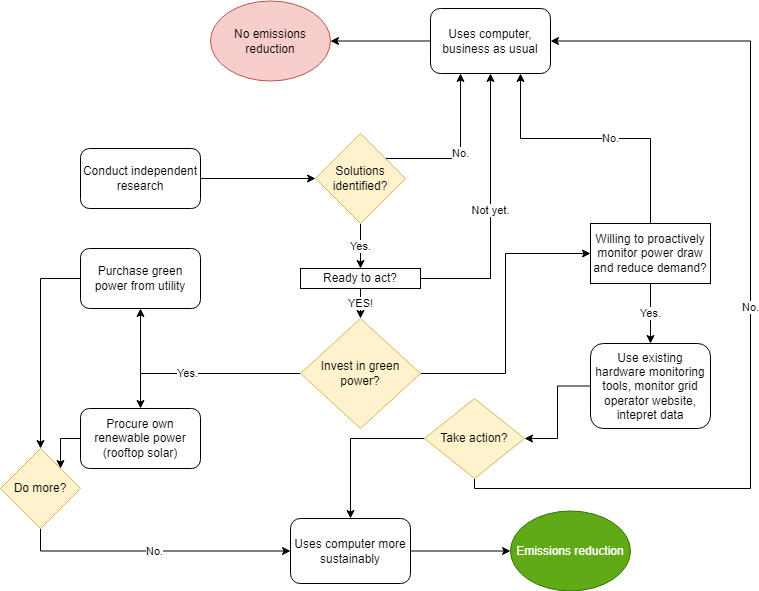
Above: images/current-process-flow-breakout-1.drawio.png in MisMoGenie/2022-Fall-Team_Crystal (draw.io), before the change. Source tidied: cells renumbered, new cells last; positions are measured from the earlier drawing's top-left corner, leaving out a move shared by most shapes. The source it was exported from:
```xml
<mxGraphModel>
  <root>
    <mxCell id="0" />
    <mxCell id="1" parent="0" />
    <mxCell id="2" style="edgeStyle=orthogonalEdgeStyle;rounded=0;jettySize=auto;html=1;entryX=1;entryY=0.5;entryDx=0;entryDy=0;" parent="1" edge="1" source="3" target="5">
      <mxGeometry relative="1" as="geometry" />
    </mxCell>
    <mxCell id="3" value="Uses computer, business as usual" style="rounded=1;whiteSpace=wrap;html=1;fontSize=12;glass=0;strokeWidth=1;shadow=0;" parent="1" vertex="1">
      <mxGeometry x="430" y="8" width="120" height="65" as="geometry" />
    </mxCell>
    <mxCell id="4" value="Conduct independent research" style="rounded=1;whiteSpace=wrap;html=1;fontSize=12;glass=0;strokeWidth=1;shadow=0;" parent="1" vertex="1">
      <mxGeometry x="80" y="148" width="120" height="60" as="geometry" />
    </mxCell>
    <mxCell id="5" value="No emissions reduction" style="ellipse;whiteSpace=wrap;html=1;fillColor=#f8cecc;strokeColor=#b85450;" parent="1" vertex="1">
      <mxGeometry x="210" y="0.5" width="120" height="80" as="geometry" />
    </mxCell>
    <mxCell id="6" style="edgeStyle=orthogonalEdgeStyle;rounded=0;jettySize=auto;html=1;exitX=1;exitY=0.5;exitDx=0;exitDy=0;" parent="1" edge="1" source="4" target="9">
      <mxGeometry relative="1" as="geometry" />
    </mxCell>
    <mxCell id="7" value="No." style="edgeStyle=orthogonalEdgeStyle;rounded=0;jettySize=auto;html=1;entryX=0.25;entryY=1;entryDx=0;entryDy=0;" parent="1" edge="1" source="9" target="3">
      <mxGeometry relative="1" as="geometry">
        <Array as="points">
          <mxPoint x="460" y="158" />
        </Array>
      </mxGeometry>
    </mxCell>
    <mxCell id="8" value="Yes." style="edgeStyle=orthogonalEdgeStyle;rounded=0;jettySize=auto;html=1;exitX=0.5;exitY=1;exitDx=0;exitDy=0;entryX=0.5;entryY=0;entryDx=0;entryDy=0;" parent="1" edge="1" source="9" target="23">
      <mxGeometry relative="1" as="geometry" />
    </mxCell>
    <mxCell id="9" value="Solutions identified?" style="rhombus;whiteSpace=wrap;html=1;fillColor=#fff2cc;strokeColor=#d6b656;" parent="1" vertex="1">
      <mxGeometry x="315" y="133" width="90" height="90" as="geometry" />
    </mxCell>
    <mxCell id="10" style="edgeStyle=orthogonalEdgeStyle;rounded=0;jettySize=auto;html=1;exitX=0;exitY=0.5;exitDx=0;exitDy=0;entryX=0.5;entryY=0;entryDx=0;entryDy=0;" parent="1" edge="1" source="11" target="17">
      <mxGeometry relative="1" as="geometry" />
    </mxCell>
    <mxCell id="11" value="Purchase green power from utility" style="rounded=1;whiteSpace=wrap;html=1;" parent="1" vertex="1">
      <mxGeometry x="80" y="248" width="120" height="60" as="geometry" />
    </mxCell>
    <mxCell id="12" style="edgeStyle=orthogonalEdgeStyle;rounded=0;jettySize=auto;html=1;exitX=0;exitY=0.5;exitDx=0;exitDy=0;entryX=1;entryY=0;entryDx=0;entryDy=0;" parent="1" edge="1" source="14" target="17">
      <mxGeometry relative="1" as="geometry" />
    </mxCell>
    <mxCell id="13" style="edgeStyle=orthogonalEdgeStyle;rounded=0;jettySize=auto;html=1;exitX=0.5;exitY=0;exitDx=0;exitDy=0;entryX=0.5;entryY=0;entryDx=0;entryDy=0;" parent="1" edge="1" target="14">
      <mxGeometry relative="1" as="geometry">
        <mxPoint x="140" y="368" as="sourcePoint" />
      </mxGeometry>
    </mxCell>
    <mxCell id="14" value="Procure own renewable power (rooftop solar)" style="rounded=1;whiteSpace=wrap;html=1;" parent="1" vertex="1">
      <mxGeometry x="80" y="408" width="120" height="60" as="geometry" />
    </mxCell>
    <mxCell id="15" value="Yes." style="edgeStyle=orthogonalEdgeStyle;rounded=0;jettySize=auto;html=1;exitX=0;exitY=0.5;exitDx=0;exitDy=0;entryX=0.5;entryY=1;entryDx=0;entryDy=0;" parent="1" edge="1" source="33" target="11">
      <mxGeometry relative="1" as="geometry">
        <Array as="points">
          <mxPoint x="140" y="373" />
        </Array>
      </mxGeometry>
    </mxCell>
    <mxCell id="16" value="No." style="edgeStyle=orthogonalEdgeStyle;rounded=0;jettySize=auto;html=1;exitX=0.5;exitY=1;exitDx=0;exitDy=0;entryX=0;entryY=0.5;entryDx=0;entryDy=0;" parent="1" edge="1" source="17" target="25">
      <mxGeometry relative="1" as="geometry" />
    </mxCell>
    <mxCell id="17" value="Do more?" style="rhombus;whiteSpace=wrap;html=1;fillColor=#fff2cc;strokeColor=#d6b656;" parent="1" vertex="1">
      <mxGeometry y="448" width="80" height="80" as="geometry" />
    </mxCell>
    <mxCell id="18" value="No." style="edgeStyle=orthogonalEdgeStyle;rounded=0;jettySize=auto;html=1;exitX=0.25;exitY=0;exitDx=0;exitDy=0;entryX=0.75;entryY=1;entryDx=0;entryDy=0;" parent="1" edge="1" source="20" target="3">
      <mxGeometry relative="1" as="geometry">
        <Array as="points">
          <mxPoint x="650" y="223" />
          <mxPoint x="650" y="138" />
          <mxPoint x="520" y="138" />
        </Array>
      </mxGeometry>
    </mxCell>
    <mxCell id="19" value="Yes." style="edgeStyle=orthogonalEdgeStyle;rounded=0;jettySize=auto;html=1;exitX=0.5;exitY=1;exitDx=0;exitDy=0;" parent="1" edge="1" source="20" target="28">
      <mxGeometry relative="1" as="geometry" />
    </mxCell>
    <mxCell id="20" value="Willing to proactively monitor power draw and reduce demand?" style="rounded=0;whiteSpace=wrap;html=1;" parent="1" vertex="1">
      <mxGeometry x="590" y="223" width="120" height="60" as="geometry" />
    </mxCell>
    <mxCell id="21" value="YES!" style="edgeStyle=orthogonalEdgeStyle;rounded=0;jettySize=auto;html=1;exitX=0.5;exitY=1;exitDx=0;exitDy=0;entryX=0.5;entryY=0;entryDx=0;entryDy=0;" parent="1" edge="1" source="23" target="33">
      <mxGeometry relative="1" as="geometry" />
    </mxCell>
    <mxCell id="22" value="Not yet." style="edgeStyle=orthogonalEdgeStyle;rounded=0;jettySize=auto;html=1;entryX=0.5;entryY=1;entryDx=0;entryDy=0;" parent="1" edge="1" source="23" target="3">
      <mxGeometry relative="1" as="geometry" />
    </mxCell>
    <mxCell id="23" value="Ready to act?" style="rounded=0;whiteSpace=wrap;html=1;" parent="1" vertex="1">
      <mxGeometry x="300" y="268" width="120" height="20" as="geometry" />
    </mxCell>
    <mxCell id="24" style="edgeStyle=orthogonalEdgeStyle;rounded=0;jettySize=auto;html=1;entryX=0;entryY=0.5;entryDx=0;entryDy=0;" parent="1" edge="1" source="25" target="26">
      <mxGeometry relative="1" as="geometry" />
    </mxCell>
    <mxCell id="25" value="Uses computer more sustainably" style="rounded=1;whiteSpace=wrap;html=1;fontSize=12;glass=0;strokeWidth=1;shadow=0;" parent="1" vertex="1">
      <mxGeometry x="290" y="518" width="120" height="65" as="geometry" />
    </mxCell>
    <mxCell id="26" value="Emissions reduction" style="ellipse;whiteSpace=wrap;html=1;fillColor=#60a917;fontColor=#ffffff;strokeColor=#2D7600;" parent="1" vertex="1">
      <mxGeometry x="510" y="510.5" width="120" height="80" as="geometry" />
    </mxCell>
    <mxCell id="27" style="edgeStyle=orthogonalEdgeStyle;rounded=0;jettySize=auto;html=1;exitX=0;exitY=0.5;exitDx=0;exitDy=0;entryX=1;entryY=0.5;entryDx=0;entryDy=0;" parent="1" edge="1" source="28" target="31">
      <mxGeometry relative="1" as="geometry" />
    </mxCell>
    <mxCell id="28" value="Use existing hardware monitoring tools, monitor grid operator website, intepret data" style="rounded=1;whiteSpace=wrap;html=1;" parent="1" vertex="1">
      <mxGeometry x="590" y="343" width="120" height="85" as="geometry" />
    </mxCell>
    <mxCell id="29" style="edgeStyle=orthogonalEdgeStyle;rounded=0;jettySize=auto;html=1;entryX=0.5;entryY=0;entryDx=0;entryDy=0;" parent="1" edge="1" source="31" target="25">
      <mxGeometry relative="1" as="geometry" />
    </mxCell>
    <mxCell id="30" value="No." style="edgeStyle=orthogonalEdgeStyle;rounded=0;jettySize=auto;html=1;entryX=1;entryY=0.5;entryDx=0;entryDy=0;" parent="1" edge="1" source="31" target="3">
      <mxGeometry relative="1" as="geometry">
        <Array as="points">
          <mxPoint x="474" y="488" />
          <mxPoint x="750" y="488" />
          <mxPoint x="750" y="41" />
        </Array>
      </mxGeometry>
    </mxCell>
    <mxCell id="31" value="Take action?" style="rhombus;whiteSpace=wrap;html=1;fillColor=#fff2cc;strokeColor=#d6b656;" parent="1" vertex="1">
      <mxGeometry x="424" y="398" width="100" height="80" as="geometry" />
    </mxCell>
    <mxCell id="32" style="edgeStyle=orthogonalEdgeStyle;rounded=0;jettySize=auto;html=1;entryX=0;entryY=0.5;entryDx=0;entryDy=0;" parent="1" edge="1" source="33" target="20">
      <mxGeometry relative="1" as="geometry" />
    </mxCell>
    <mxCell id="33" value="Invest in green power?" style="rhombus;whiteSpace=wrap;html=1;fillColor=#fff2cc;strokeColor=#d6b656;" parent="1" vertex="1">
      <mxGeometry x="300" y="318" width="120" height="110" as="geometry" />
    </mxCell>
  </root>
</mxGraphModel>
```
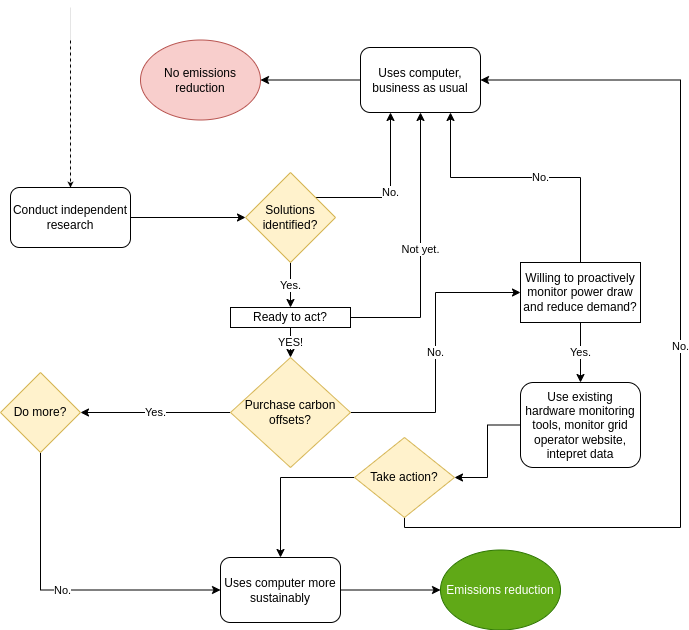
The same diagram one commit later.

Commit message:
Update: revised process flows, added diagram

Diff of the diagram source:
```diff
@@ -30,35 +30,14 @@
     <mxCell id="9" value="Solutions identified?" style="rhombus;whiteSpace=wrap;html=1;fillColor=#fff2cc;strokeColor=#d6b656;" parent="1" vertex="1">
       <mxGeometry x="315" y="133" width="90" height="90" as="geometry" />
     </mxCell>
-    <mxCell id="10" style="edgeStyle=orthogonalEdgeStyle;rounded=0;jettySize=auto;html=1;exitX=0;exitY=0.5;exitDx=0;exitDy=0;entryX=0.5;entryY=0;entryDx=0;entryDy=0;" parent="1" edge="1" source="11" target="17">
-      <mxGeometry relative="1" as="geometry" />
-    </mxCell>
-    <mxCell id="11" value="Purchase green power from utility" style="rounded=1;whiteSpace=wrap;html=1;" parent="1" vertex="1">
-      <mxGeometry x="80" y="248" width="120" height="60" as="geometry" />
-    </mxCell>
-    <mxCell id="12" style="edgeStyle=orthogonalEdgeStyle;rounded=0;jettySize=auto;html=1;exitX=0;exitY=0.5;exitDx=0;exitDy=0;entryX=1;entryY=0;entryDx=0;entryDy=0;" parent="1" edge="1" source="14" target="17">
-      <mxGeometry relative="1" as="geometry" />
-    </mxCell>
-    <mxCell id="13" style="edgeStyle=orthogonalEdgeStyle;rounded=0;jettySize=auto;html=1;exitX=0.5;exitY=0;exitDx=0;exitDy=0;entryX=0.5;entryY=0;entryDx=0;entryDy=0;" parent="1" edge="1" target="14">
-      <mxGeometry relative="1" as="geometry">
-        <mxPoint x="140" y="368" as="sourcePoint" />
-      </mxGeometry>
-    </mxCell>
-    <mxCell id="14" value="Procure own renewable power (rooftop solar)" style="rounded=1;whiteSpace=wrap;html=1;" parent="1" vertex="1">
-      <mxGeometry x="80" y="408" width="120" height="60" as="geometry" />
-    </mxCell>
-    <mxCell id="15" value="Yes." style="edgeStyle=orthogonalEdgeStyle;rounded=0;jettySize=auto;html=1;exitX=0;exitY=0.5;exitDx=0;exitDy=0;entryX=0.5;entryY=1;entryDx=0;entryDy=0;" parent="1" edge="1" source="33" target="11">
-      <mxGeometry relative="1" as="geometry">
-        <Array as="points">
-          <mxPoint x="140" y="373" />
-        </Array>
-      </mxGeometry>
+    <mxCell id="15" value="Yes." style="edgeStyle=orthogonalEdgeStyle;rounded=0;jettySize=auto;html=1;exitX=0;exitY=0.5;exitDx=0;exitDy=0;entryX=1;entryY=0.5;entryDx=0;entryDy=0;" parent="1" edge="1" source="33" target="17">
+      <mxGeometry relative="1" as="geometry" />
     </mxCell>
     <mxCell id="16" value="No." style="edgeStyle=orthogonalEdgeStyle;rounded=0;jettySize=auto;html=1;exitX=0.5;exitY=1;exitDx=0;exitDy=0;entryX=0;entryY=0.5;entryDx=0;entryDy=0;" parent="1" edge="1" source="17" target="25">
       <mxGeometry relative="1" as="geometry" />
     </mxCell>
     <mxCell id="17" value="Do more?" style="rhombus;whiteSpace=wrap;html=1;fillColor=#fff2cc;strokeColor=#d6b656;" parent="1" vertex="1">
-      <mxGeometry y="448" width="80" height="80" as="geometry" />
+      <mxGeometry x="70" y="333" width="80" height="80" as="geometry" />
     </mxCell>
     <mxCell id="18" value="No." style="edgeStyle=orthogonalEdgeStyle;rounded=0;jettySize=auto;html=1;exitX=0.25;exitY=0;exitDx=0;exitDy=0;entryX=0.75;entryY=1;entryDx=0;entryDy=0;" parent="1" edge="1" source="20" target="3">
       <mxGeometry relative="1" as="geometry">
@@ -114,11 +93,21 @@
     <mxCell id="31" value="Take action?" style="rhombus;whiteSpace=wrap;html=1;fillColor=#fff2cc;strokeColor=#d6b656;" parent="1" vertex="1">
       <mxGeometry x="424" y="398" width="100" height="80" as="geometry" />
     </mxCell>
-    <mxCell id="32" style="edgeStyle=orthogonalEdgeStyle;rounded=0;jettySize=auto;html=1;entryX=0;entryY=0.5;entryDx=0;entryDy=0;" parent="1" edge="1" source="33" target="20">
+    <mxCell id="32" value="No." style="edgeStyle=orthogonalEdgeStyle;rounded=0;jettySize=auto;html=1;entryX=0;entryY=0.5;entryDx=0;entryDy=0;" parent="1" edge="1" source="33" target="20">
       <mxGeometry relative="1" as="geometry" />
     </mxCell>
-    <mxCell id="33" value="Invest in green power?" style="rhombus;whiteSpace=wrap;html=1;fillColor=#fff2cc;strokeColor=#d6b656;" parent="1" vertex="1">
+    <mxCell id="33" value="Purchase carbon offsets?" style="rhombus;whiteSpace=wrap;html=1;fillColor=#fff2cc;strokeColor=#d6b656;" parent="1" vertex="1">
       <mxGeometry x="300" y="318" width="120" height="110" as="geometry" />
     </mxCell>
+    <mxCell id="34" style="endArrow=none;dashed=1;html=1;rounded=0;strokeWidth=1;exitX=0.5;exitY=0;exitDx=0;exitDy=0;" parent="1" edge="1" source="4">
+      <mxGeometry relative="1" as="geometry">
+        <mxPoint x="140" y="-2" as="targetPoint" />
+      </mxGeometry>
+    </mxCell>
+    <mxCell id="35" style="endArrow=classic;html=1;rounded=0;strokeWidth=0;entryX=0.5;entryY=0;entryDx=0;entryDy=0;" parent="1" edge="1" target="4">
+      <mxGeometry relative="1" as="geometry">
+        <mxPoint x="140" y="-32" as="sourcePoint" />
+      </mxGeometry>
+    </mxCell>
   </root>
 </mxGraphModel>
```
